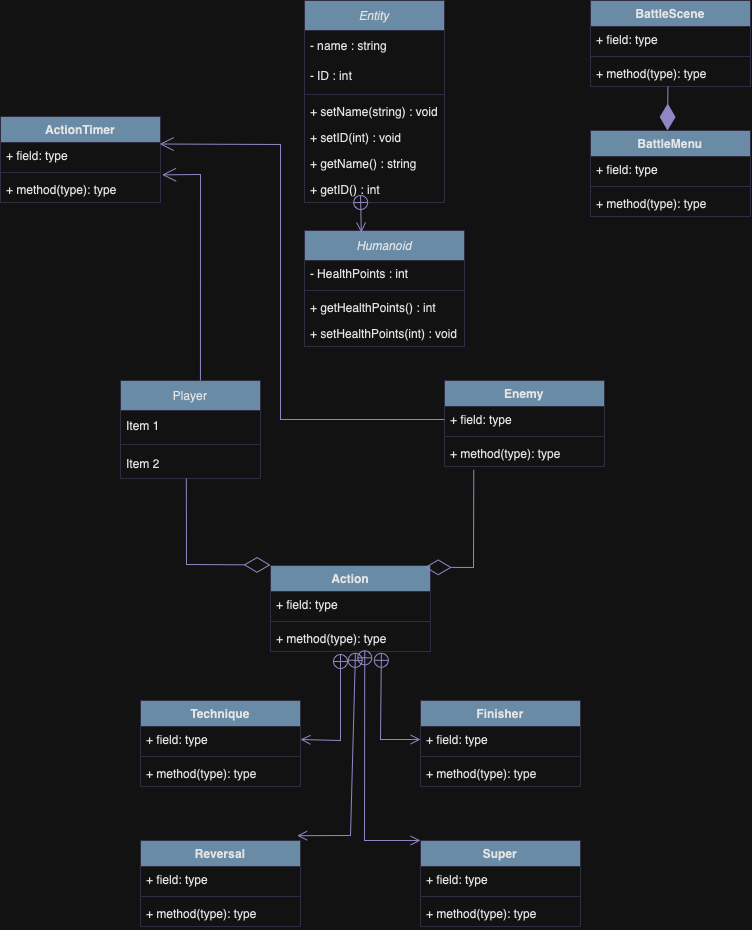
Before: Diagrams/Cerberus_Class_Diagram.drawio.png, a diagram exported from draw.io (Mickael723/Project-Cerberus). Source tidied: cells renumbered, new cells last; positions are measured from the earlier drawing's top-left corner, leaving out a move shared by most shapes.
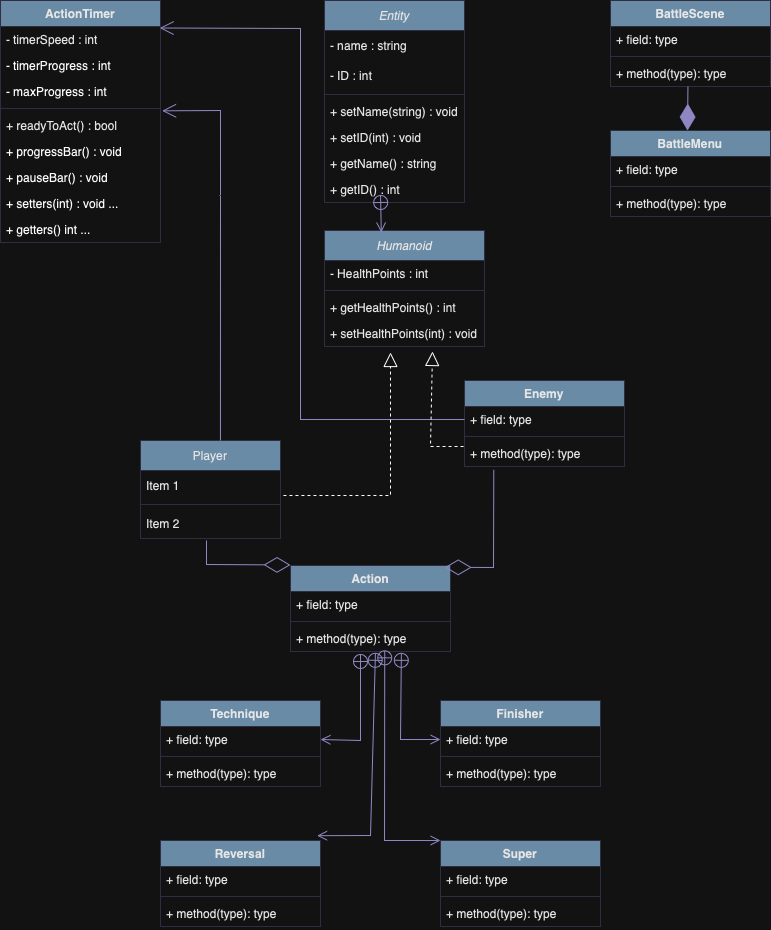
After the commit.

What changed in the source:
```diff
@@ -42,7 +42,7 @@
       <mxGeometry y="90" width="160" height="26" as="geometry" />
     </mxCell>
     <mxCell id="15" value="Player" style="swimlane;fontStyle=0;horizontal=1;startSize=30;whiteSpace=wrap;html=1;labelBackgroundColor=none;fillColor=#5D7F99;strokeColor=#D0CEE2;fontColor=#1A1A1A;" parent="1" vertex="1">
-      <mxGeometry x="120" y="380" width="140" height="98" as="geometry" />
+      <mxGeometry x="120" y="440" width="140" height="98" as="geometry" />
     </mxCell>
     <mxCell id="16" value="Item 1" style="text;strokeColor=none;fillColor=none;align=left;verticalAlign=middle;spacingLeft=4;spacingRight=4;overflow=hidden;points=[[0,0.5],[1,0.5]];portConstraint=eastwest;whiteSpace=wrap;html=1;labelBackgroundColor=none;fontColor=#1A1A1A;" parent="15" vertex="1">
       <mxGeometry y="30" width="140" height="30" as="geometry" />
@@ -83,17 +83,35 @@
       <mxGeometry y="60" width="160" height="26" as="geometry" />
     </mxCell>
     <mxCell id="28" value="ActionTimer" style="swimlane;fontStyle=1;align=center;verticalAlign=top;horizontal=1;startSize=26;whiteSpace=wrap;html=1;strokeColor=#D0CEE2;fontColor=#1A1A1A;fillColor=#5D7F99;" parent="1" vertex="1">
-      <mxGeometry y="116" width="160" height="86" as="geometry" />
+      <mxGeometry x="-20" width="160" height="242" as="geometry" />
     </mxCell>
-    <mxCell id="29" value="+ field: type" style="text;strokeColor=none;fillColor=none;align=left;verticalAlign=top;spacingLeft=4;spacingRight=4;overflow=hidden;points=[[0,0.5],[1,0.5]];portConstraint=eastwest;whiteSpace=wrap;html=1;fontColor=#1A1A1A;" parent="28" vertex="1">
+    <mxCell id="29" value="- timerSpeed : int&lt;div&gt;&lt;br&gt;&lt;/div&gt;" style="text;strokeColor=none;fillColor=none;align=left;verticalAlign=top;spacingLeft=4;spacingRight=4;overflow=hidden;points=[[0,0.5],[1,0.5]];portConstraint=eastwest;whiteSpace=wrap;html=1;fontColor=#1A1A1A;" parent="28" vertex="1">
       <mxGeometry y="26" width="160" height="26" as="geometry" />
     </mxCell>
+    <mxCell id="65" value="- timerProgress : int" style="text;strokeColor=none;fillColor=none;align=left;verticalAlign=top;spacingLeft=4;spacingRight=4;overflow=hidden;whiteSpace=wrap;html=1;" parent="28" vertex="1">
+      <mxGeometry y="52" width="160" height="26" as="geometry" />
+    </mxCell>
+    <mxCell id="66" value="- maxProgress : int" style="text;strokeColor=none;fillColor=none;align=left;verticalAlign=top;spacingLeft=4;spacingRight=4;overflow=hidden;whiteSpace=wrap;html=1;" parent="28" vertex="1">
+      <mxGeometry y="78" width="160" height="26" as="geometry" />
+    </mxCell>
     <mxCell id="30" style="line;strokeWidth=1;fillColor=none;align=left;verticalAlign=middle;spacingTop=-1;spacingLeft=3;spacingRight=3;labelPosition=right;points=[];portConstraint=eastwest;strokeColor=inherit;fontColor=#1A1A1A;" parent="28" vertex="1">
-      <mxGeometry y="52" width="160" height="8" as="geometry" />
+      <mxGeometry y="104" width="160" height="8" as="geometry" />
     </mxCell>
-    <mxCell id="31" value="+ method(type): type" style="text;strokeColor=none;fillColor=none;align=left;verticalAlign=top;spacingLeft=4;spacingRight=4;overflow=hidden;whiteSpace=wrap;html=1;fontColor=#1A1A1A;" parent="28" vertex="1">
-      <mxGeometry y="60" width="160" height="26" as="geometry" />
+    <mxCell id="31" value="+ readyToAct() : bool" style="text;strokeColor=none;fillColor=none;align=left;verticalAlign=top;spacingLeft=4;spacingRight=4;overflow=hidden;whiteSpace=wrap;html=1;fontColor=#1A1A1A;" parent="28" vertex="1">
+      <mxGeometry y="112" width="160" height="26" as="geometry" />
     </mxCell>
+    <mxCell id="67" value="+ progressBar() : void" style="text;strokeColor=none;fillColor=none;align=left;verticalAlign=top;spacingLeft=4;spacingRight=4;overflow=hidden;whiteSpace=wrap;html=1;" parent="28" vertex="1">
+      <mxGeometry y="138" width="160" height="26" as="geometry" />
+    </mxCell>
+    <mxCell id="68" value="+ pauseBar() : void" style="text;strokeColor=none;fillColor=none;align=left;verticalAlign=top;spacingLeft=4;spacingRight=4;overflow=hidden;whiteSpace=wrap;html=1;" parent="28" vertex="1">
+      <mxGeometry y="164" width="160" height="26" as="geometry" />
+    </mxCell>
+    <mxCell id="69" value="+ setters(int) : void ..." style="text;strokeColor=none;fillColor=none;align=left;verticalAlign=top;spacingLeft=4;spacingRight=4;overflow=hidden;whiteSpace=wrap;html=1;" parent="28" vertex="1">
+      <mxGeometry y="190" width="160" height="26" as="geometry" />
+    </mxCell>
+    <mxCell id="70" value="+ getters() int ..." style="text;strokeColor=none;fillColor=none;align=left;verticalAlign=top;spacingLeft=4;spacingRight=4;overflow=hidden;whiteSpace=wrap;html=1;" parent="28" vertex="1">
+      <mxGeometry y="216" width="160" height="26" as="geometry" />
+    </mxCell>
     <mxCell id="32" value="Action" style="swimlane;fontStyle=1;align=center;verticalAlign=top;horizontal=1;startSize=26;whiteSpace=wrap;html=1;strokeColor=#D0CEE2;fontColor=#1A1A1A;fillColor=#5D7F99;" parent="1" vertex="1">
       <mxGeometry x="270" y="565" width="160" height="86" as="geometry" />
     </mxCell>
@@ -106,9 +124,9 @@
     <mxCell id="35" value="+ method(type): type" style="text;strokeColor=none;fillColor=none;align=left;verticalAlign=top;spacingLeft=4;spacingRight=4;overflow=hidden;points=[[0,0.5],[1,0.5]];portConstraint=eastwest;whiteSpace=wrap;html=1;fontColor=#1A1A1A;" parent="32" vertex="1">
       <mxGeometry y="60" width="160" height="26" as="geometry" />
     </mxCell>
-    <mxCell id="36" style="endArrow=diamondThin;endFill=0;endSize=24;html=1;rounded=0;strokeColor=#736CA8;fontColor=#1A1A1A;exitX=0.47;exitY=1.017;exitDx=0;exitDy=0;exitPerimeter=0;entryX=0;entryY=0;entryDx=0;entryDy=0;" parent="1" edge="1">
+    <mxCell id="36" style="endArrow=diamondThin;endFill=0;endSize=24;html=1;rounded=0;strokeColor=#736CA8;fontColor=#1A1A1A;entryX=0;entryY=0;entryDx=0;entryDy=0;" parent="1" edge="1">
       <mxGeometry relative="1" as="geometry">
-        <mxPoint x="185.8" y="478" as="sourcePoint" />
+        <mxPoint x="186" y="540" as="sourcePoint" />
         <mxPoint x="270" y="564.5" as="targetPoint" />
         <Array as="points">
           <mxPoint x="186" y="564" />
@@ -219,7 +237,7 @@
     <mxCell id="63" style="endArrow=open;endFill=1;endSize=12;html=1;rounded=0;strokeColor=#736CA8;fontColor=#1A1A1A;entryX=1.01;entryY=0.792;entryDx=0;entryDy=0;entryPerimeter=0;exitX=0.571;exitY=0;exitDx=0;exitDy=0;exitPerimeter=0;" parent="1" edge="1" source="15" target="30">
       <mxGeometry relative="1" as="geometry">
         <Array as="points">
-          <mxPoint x="200" y="174" />
+          <mxPoint x="200" y="110" />
         </Array>
       </mxGeometry>
     </mxCell>
@@ -227,9 +245,24 @@
       <mxGeometry relative="1" as="geometry">
         <Array as="points">
           <mxPoint x="280" y="419" />
-          <mxPoint x="280" y="144" />
+          <mxPoint x="280" y="28" />
         </Array>
       </mxGeometry>
     </mxCell>
+    <mxCell id="71" style="endArrow=block;dashed=1;endFill=0;endSize=12;html=1;rounded=0;exitX=1.021;exitY=0.833;exitDx=0;exitDy=0;exitPerimeter=0;" parent="1" edge="1" source="16">
+      <mxGeometry relative="1" as="geometry">
+        <mxPoint x="370" y="352" as="targetPoint" />
+        <Array as="points">
+          <mxPoint x="370" y="495" />
+        </Array>
+      </mxGeometry>
+    </mxCell>
+    <mxCell id="72" style="endArrow=block;dashed=1;endFill=0;endSize=12;html=1;rounded=0;entryX=0.675;entryY=1.192;entryDx=0;entryDy=0;entryPerimeter=0;exitX=-0.006;exitY=0.231;exitDx=0;exitDy=0;exitPerimeter=0;" parent="1" edge="1" source="27" target="14">
+      <mxGeometry relative="1" as="geometry">
+        <Array as="points">
+          <mxPoint x="410" y="446" />
+        </Array>
+      </mxGeometry>
+    </mxCell>
   </root>
 </mxGraphModel>
```
